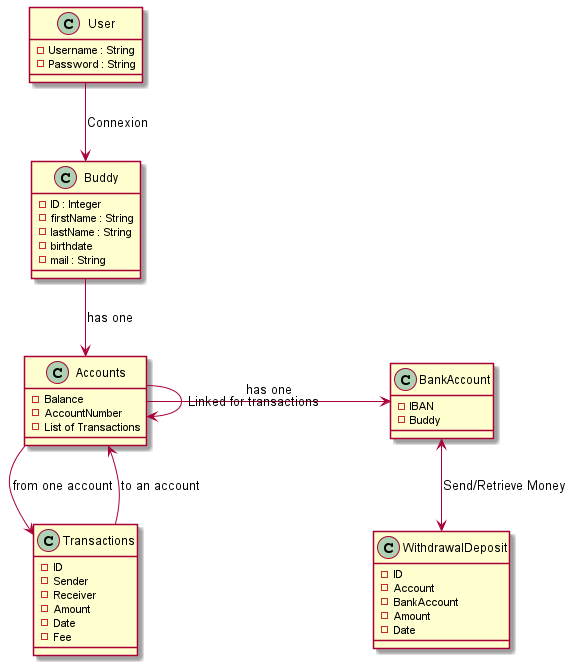
Above: UML PayMyBuddy.png in Draflo/PayMyBuddy (PlantUML), before the change.
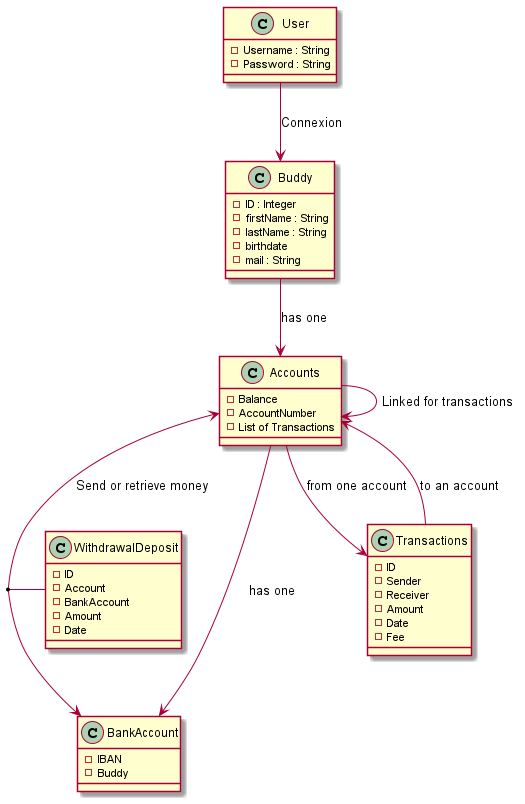
After the change.

The edit, as a diff of the source:
```diff
@@ -37,9 +37,10 @@
 
 User --> Buddy : Connexion
 Buddy --> Accounts : has one
-Accounts -> BankAccount : has one
+Accounts ---> BankAccount : has one
 Accounts --> Transactions : from one account
 Accounts <-- Transactions : to an account
 Accounts -> Accounts : Linked for transactions
-BankAccount <--> WithdrawalDeposit : Send/Retrieve Money
+Accounts <-->  BankAccount : Send or retrieve money
+(Accounts, BankAccount) - WithdrawalDeposit
 @enduml
```
